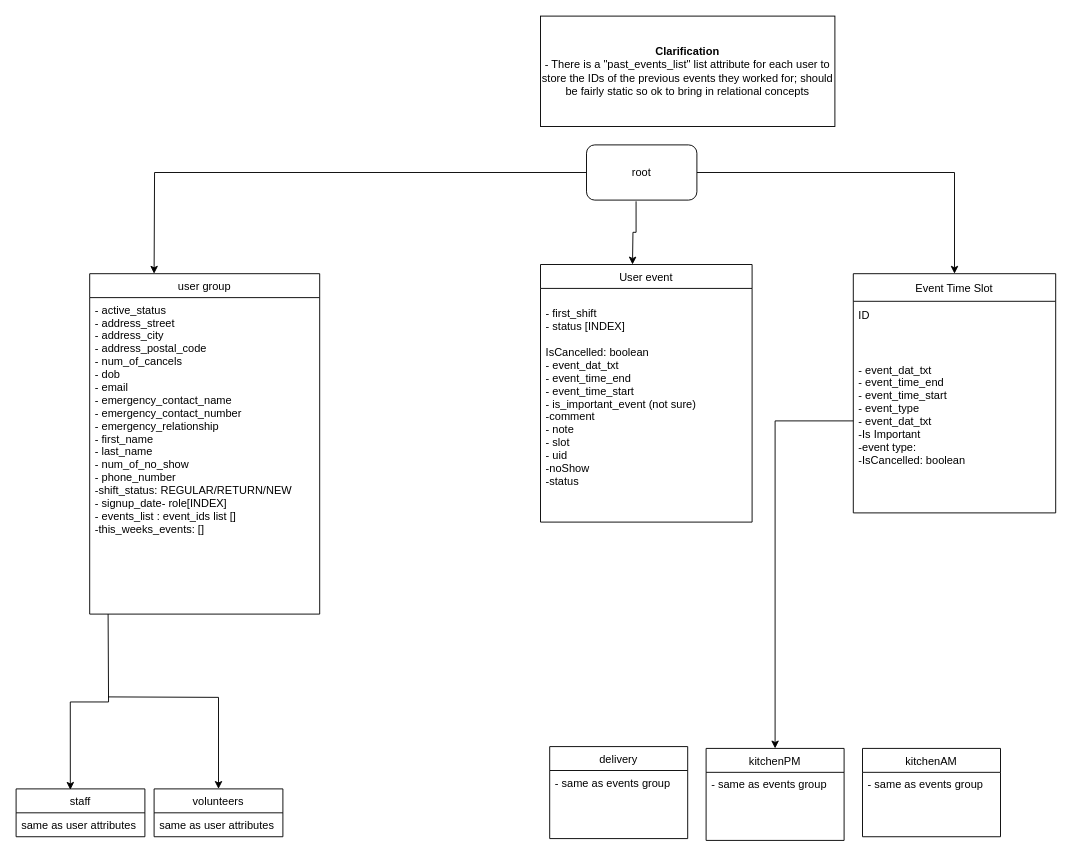
Earlier version of the draw.io diagram architecture_docs/db/sfl_santropol.drawio (Software-For-Love/client-santropol). Source tidied: cells renumbered, new cells numbered last; positions are measured from the earlier drawing's top-left corner, leaving out a move shared by most shapes. Both pictures are drawn from the tidied source at 92%, with x=0, y=0 at pixel (16, 16).
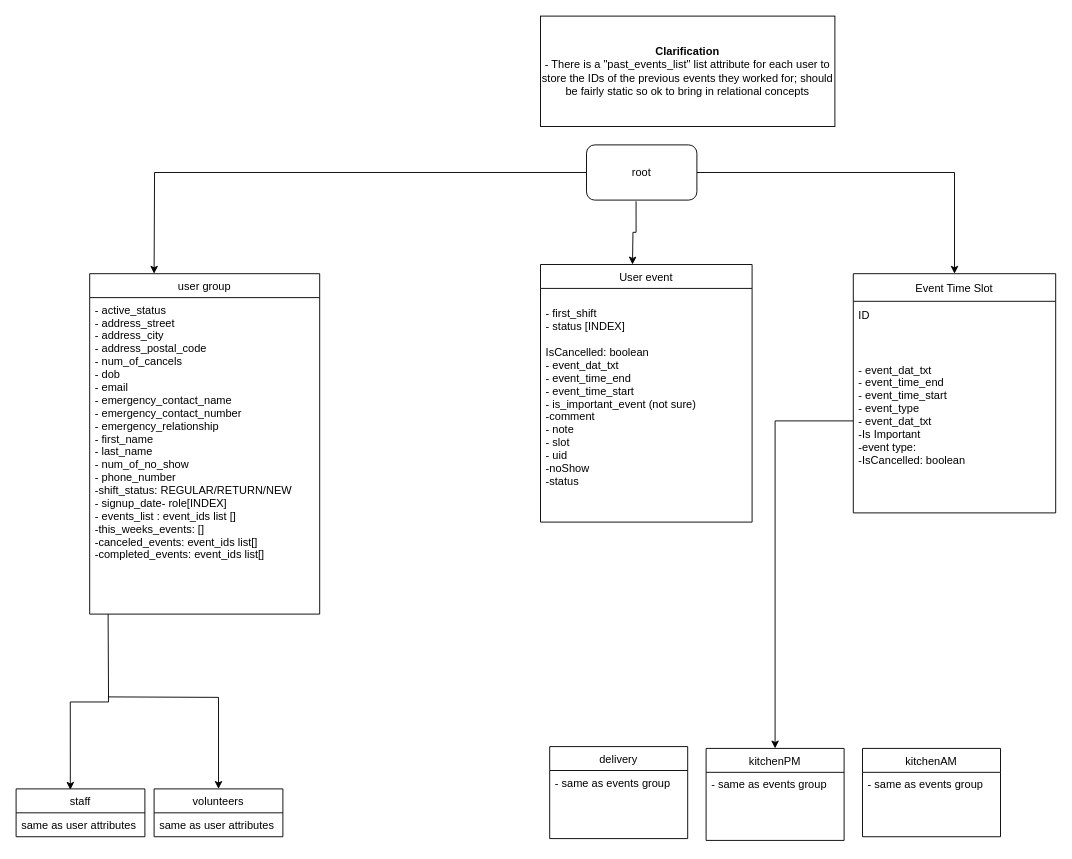
After the change.

Commit message:
included completed and past event lists on the user node, will need to track it

The change refers to these unchanged cells:
```xml
<mxCell id="6" value="user group" style="swimlane;fontStyle=0;horizontal=1;startSize=26;fillColor=none;" parent="1" vertex="1">
  <mxGeometry x="80" y="280" width="250" height="370" as="geometry" />
</mxCell>
```

The edit, as a diff of the source:
```diff
@@
-    <mxCell id="7" value="- active_status&#10;- address_street&#10;- address_city&#10;- address_postal_code&#10;- num_of_cancels&#10;- dob&#10;- email&#10;- emergency_contact_name&#10;- emergency_contact_number&#10;- emergency_relationship&#10;- first_name&#10;- last_name&#10;- num_of_no_show&#10;- phone_number&#10;-shift_status: REGULAR/RETURN/NEW&#10;- signup_date- role[INDEX]&#10;- events_list : event_ids list []&#10;-this_weeks_events: []&#10;&#10;&#10;" style="text;strokeColor=none;fillColor=none;align=left;verticalAlign=top;spacingLeft=4;spacingRight=4;overflow=hidden;" parent="6" vertex="1">
+    <mxCell id="7" value="- active_status&#10;- address_street&#10;- address_city&#10;- address_postal_code&#10;- num_of_cancels&#10;- dob&#10;- email&#10;- emergency_contact_name&#10;- emergency_contact_number&#10;- emergency_relationship&#10;- first_name&#10;- last_name&#10;- num_of_no_show&#10;- phone_number&#10;-shift_status: REGULAR/RETURN/NEW&#10;- signup_date- role[INDEX]&#10;- events_list : event_ids list []&#10;-this_weeks_events: []&#10;-canceled_events: event_ids list[]&#10;-completed_events: event_ids list[]&#10;&#10;&#10;" style="text;strokeColor=none;fillColor=none;align=left;verticalAlign=top;spacingLeft=4;spacingRight=4;overflow=hidden;" parent="6" vertex="1">
       <mxGeometry y="26" width="250" height="344" as="geometry" />
     </mxCell>
```
